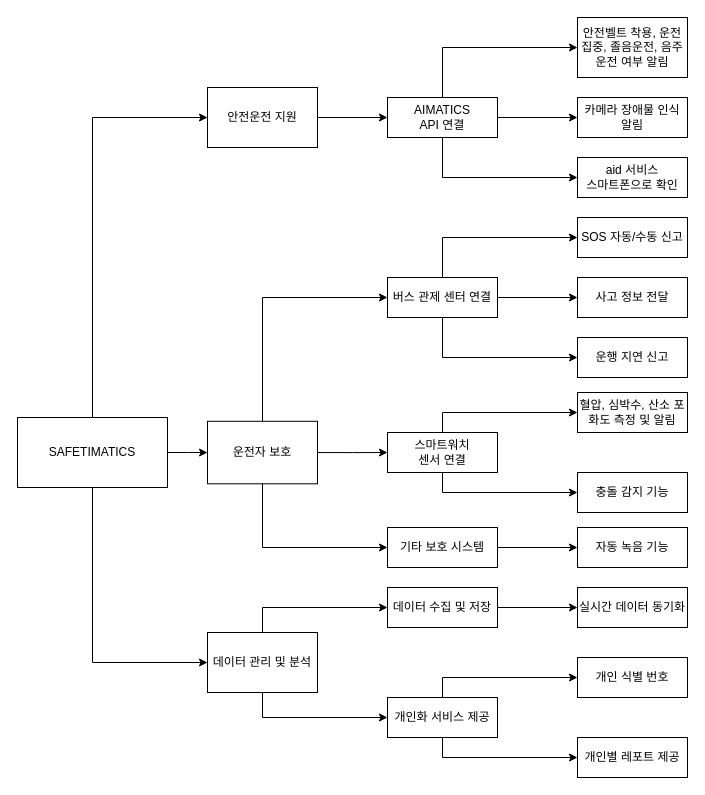
Above: page "페이지-1" (1 of 2) of objective_tree.drawio in VegetableKim/- (draw.io), before the change. Source tidied: cells renumbered, new cells numbered last; positions are measured from the earlier drawing's top-left corner, leaving out a move shared by most shapes. Both pictures are drawn from the tidied source at 100%, with x=0, y=0 at pixel (17, 17).
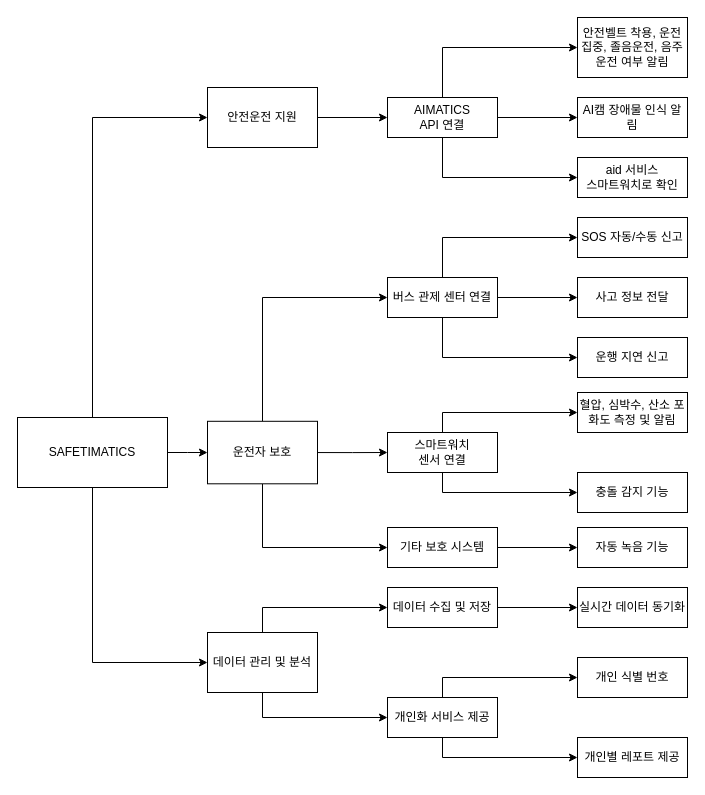
Above is the later version.

The edit, as a diff of the source:
```diff
@@
-    <mxCell id="28" value="aid 서비스&lt;div&gt;스마트폰으로 확인&lt;/div&gt;" style="rounded=0;whiteSpace=wrap;html=1;" parent="1" vertex="1">
+    <mxCell id="28" value="aid 서비스&lt;div&gt;스마트워치로 확인&lt;/div&gt;" style="rounded=0;whiteSpace=wrap;html=1;" parent="1" vertex="1">
       <mxGeometry x="560" y="140" width="110" height="40" as="geometry" />
     </mxCell>
@@
-    <mxCell id="44" value="카메라 장애물 인식 알림" style="rounded=0;whiteSpace=wrap;html=1;" parent="1" vertex="1">
+    <mxCell id="44" value="AI캠 장애물 인식 알림" style="rounded=0;whiteSpace=wrap;html=1;" parent="1" vertex="1">
       <mxGeometry x="560" y="80" width="110" height="40" as="geometry" />
     </mxCell>
```
